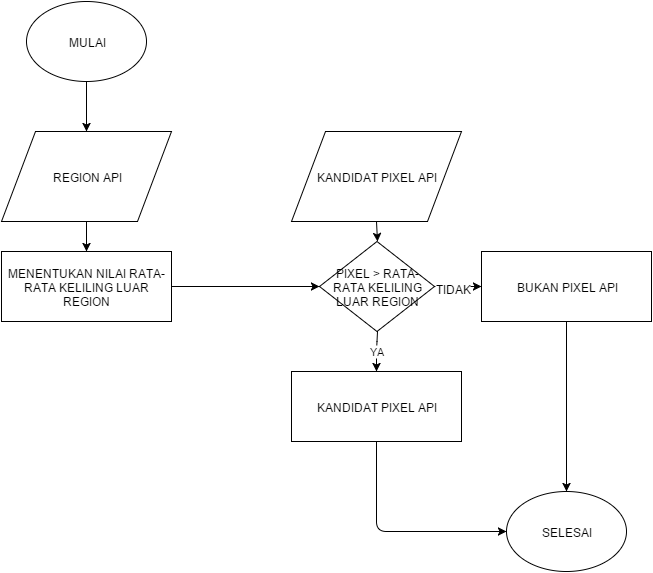
Above: source/tingkat keabuan pixel.png in hamdimuzakkiy/bukuTA (draw.io), before the change. Source tidied: cells renumbered, new cells last; positions are measured from the earlier drawing's top-left corner, leaving out a move shared by most shapes. The source it was exported from:
```xml
<mxGraphModel background="#ffffff">
  <root>
    <mxCell id="0" />
    <mxCell id="1" parent="0" />
    <mxCell id="2" value="KANDIDAT PIXEL API" style="shape=parallelogram;whiteSpace=wrap;html=1;" parent="1" vertex="1">
      <mxGeometry x="290" y="130" width="170" height="90" as="geometry" />
    </mxCell>
    <mxCell id="3" value="MENENTUKAN NILAI RATA-RATA KELILING LUAR REGION" style="whiteSpace=wrap;html=1;" parent="1" vertex="1">
      <mxGeometry y="250" width="170" height="70" as="geometry" />
    </mxCell>
    <mxCell id="4" value="REGION API" style="shape=parallelogram;whiteSpace=wrap;html=1;" parent="1" vertex="1">
      <mxGeometry y="130" width="170" height="90" as="geometry" />
    </mxCell>
    <mxCell id="5" style="endArrow=classic;html=1;exitX=0.5;exitY=1;entryX=0.5;entryY=0;" parent="1" edge="1" source="4" target="3">
      <mxGeometry relative="1" as="geometry" />
    </mxCell>
    <mxCell id="6" style="endArrow=classic;html=1;exitX=0.5;exitY=1;entryX=0.5;entryY=0;" parent="1" edge="1" source="2" target="7">
      <mxGeometry relative="1" as="geometry" />
    </mxCell>
    <mxCell id="7" value="PIXEL &amp;gt; RATA-RATA KELILING LUAR REGION" style="rhombus;whiteSpace=wrap;html=1;" parent="1" vertex="1">
      <mxGeometry x="318" y="240" width="115" height="90" as="geometry" />
    </mxCell>
    <mxCell id="8" style="endArrow=classic;html=1;exitX=1;exitY=0.5;entryX=0;entryY=0.5;" parent="1" edge="1" source="3" target="7">
      <mxGeometry relative="1" as="geometry" />
    </mxCell>
    <mxCell id="9" value="KANDIDAT PIXEL API" style="whiteSpace=wrap;html=1;" parent="1" vertex="1">
      <mxGeometry x="290" y="370" width="170" height="70" as="geometry" />
    </mxCell>
    <mxCell id="10" value="YA" style="endArrow=classic;html=1;exitX=0.5;exitY=1;" parent="1" edge="1" source="7" target="9">
      <mxGeometry relative="1" as="geometry">
        <Array as="points">
          <mxPoint x="375" y="350" />
        </Array>
      </mxGeometry>
    </mxCell>
    <mxCell id="11" value="BUKAN PIXEL API" style="whiteSpace=wrap;html=1;" parent="1" vertex="1">
      <mxGeometry x="480" y="250" width="170" height="70" as="geometry" />
    </mxCell>
    <mxCell id="12" style="endArrow=classic;html=1;exitX=1;exitY=0.5;entryX=0;entryY=0.5;" parent="1" edge="1" source="7" target="11">
      <mxGeometry relative="1" as="geometry" />
    </mxCell>
    <mxCell id="13" value="TI&lt;span style=&quot;line-height: 1.2&quot;&gt;DAK&lt;/span&gt;" style="text;html=1;align=center;verticalAlign=middle;labelBackgroundColor=#ffffff;" parent="12" vertex="1">
      <mxGeometry x="-0.23" y="-1" relative="1" as="geometry" />
    </mxCell>
    <mxCell id="14" value="MULAI" style="ellipse;whiteSpace=wrap;html=1;" parent="1" vertex="1">
      <mxGeometry x="25" width="120" height="80" as="geometry" />
    </mxCell>
    <mxCell id="15" style="endArrow=classic;html=1;exitX=0.5;exitY=1;entryX=0.5;entryY=0;" parent="1" edge="1" source="14" target="4">
      <mxGeometry relative="1" as="geometry" />
    </mxCell>
    <mxCell id="16" value="SELESAI" style="ellipse;whiteSpace=wrap;html=1;" parent="1" vertex="1">
      <mxGeometry x="505" y="490" width="120" height="80" as="geometry" />
    </mxCell>
    <mxCell id="17" style="endArrow=classic;html=1;exitX=0.5;exitY=1;entryX=0;entryY=0.5;" parent="1" edge="1" source="9" target="16">
      <mxGeometry relative="1" as="geometry">
        <Array as="points">
          <mxPoint x="375" y="530" />
        </Array>
      </mxGeometry>
    </mxCell>
    <mxCell id="18" style="endArrow=classic;html=1;exitX=0.5;exitY=1;entryX=0.5;entryY=0;" parent="1" edge="1" source="11" target="16">
      <mxGeometry relative="1" as="geometry" />
    </mxCell>
  </root>
</mxGraphModel>
```
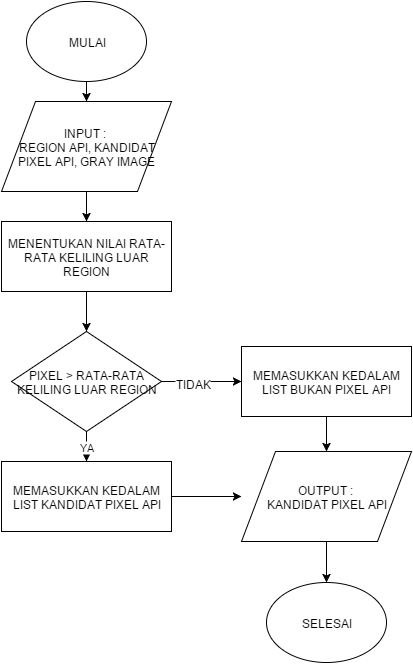
Later version of the same file.

The edit, as a diff of the source:
```diff
@@ -2,39 +2,30 @@
   <root>
     <mxCell id="0" />
     <mxCell id="1" parent="0" />
-    <mxCell id="2" value="KANDIDAT PIXEL API" style="shape=parallelogram;whiteSpace=wrap;html=1;" parent="1" vertex="1">
-      <mxGeometry x="290" y="130" width="170" height="90" as="geometry" />
-    </mxCell>
     <mxCell id="3" value="MENENTUKAN NILAI RATA-RATA KELILING LUAR REGION" style="whiteSpace=wrap;html=1;" parent="1" vertex="1">
       <mxGeometry y="250" width="170" height="70" as="geometry" />
     </mxCell>
-    <mxCell id="4" value="REGION API" style="shape=parallelogram;whiteSpace=wrap;html=1;" parent="1" vertex="1">
+    <mxCell id="4" value="INPUT :&amp;nbsp;&lt;div&gt;REGION API,&amp;nbsp;&lt;span style=&quot;line-height: 1.2&quot;&gt;KANDIDAT PIXEL API, GRAY IMAGE&lt;/span&gt;&lt;/div&gt;" style="shape=parallelogram;whiteSpace=wrap;html=1;" parent="1" vertex="1">
       <mxGeometry y="130" width="170" height="90" as="geometry" />
     </mxCell>
     <mxCell id="5" style="endArrow=classic;html=1;exitX=0.5;exitY=1;entryX=0.5;entryY=0;" parent="1" edge="1" source="4" target="3">
       <mxGeometry relative="1" as="geometry" />
     </mxCell>
-    <mxCell id="6" style="endArrow=classic;html=1;exitX=0.5;exitY=1;entryX=0.5;entryY=0;" parent="1" edge="1" source="2" target="7">
-      <mxGeometry relative="1" as="geometry" />
-    </mxCell>
     <mxCell id="7" value="PIXEL &amp;gt; RATA-RATA KELILING LUAR REGION" style="rhombus;whiteSpace=wrap;html=1;" parent="1" vertex="1">
-      <mxGeometry x="318" y="240" width="115" height="90" as="geometry" />
+      <mxGeometry x="10" y="360" width="150" height="100" as="geometry" />
     </mxCell>
-    <mxCell id="8" style="endArrow=classic;html=1;exitX=1;exitY=0.5;entryX=0;entryY=0.5;" parent="1" edge="1" source="3" target="7">
-      <mxGeometry relative="1" as="geometry" />
-    </mxCell>
-    <mxCell id="9" value="KANDIDAT PIXEL API" style="whiteSpace=wrap;html=1;" parent="1" vertex="1">
-      <mxGeometry x="290" y="370" width="170" height="70" as="geometry" />
+    <mxCell id="9" value="MEMASUKKAN KEDALAM LIST KANDIDAT PIXEL API" style="whiteSpace=wrap;html=1;" parent="1" vertex="1">
+      <mxGeometry y="490" width="170" height="70" as="geometry" />
     </mxCell>
     <mxCell id="10" value="YA" style="endArrow=classic;html=1;exitX=0.5;exitY=1;" parent="1" edge="1" source="7" target="9">
       <mxGeometry relative="1" as="geometry">
         <Array as="points">
-          <mxPoint x="375" y="350" />
+          <mxPoint x="85" y="470" />
         </Array>
       </mxGeometry>
     </mxCell>
-    <mxCell id="11" value="BUKAN PIXEL API" style="whiteSpace=wrap;html=1;" parent="1" vertex="1">
-      <mxGeometry x="480" y="250" width="170" height="70" as="geometry" />
+    <mxCell id="11" value="MEMASUKKAN KEDALAM LIST BUKAN PIXEL API" style="whiteSpace=wrap;html=1;" parent="1" vertex="1">
+      <mxGeometry x="240" y="375" width="170" height="70" as="geometry" />
     </mxCell>
     <mxCell id="12" style="endArrow=classic;html=1;exitX=1;exitY=0.5;entryX=0;entryY=0.5;" parent="1" edge="1" source="7" target="11">
       <mxGeometry relative="1" as="geometry" />
@@ -43,23 +34,30 @@
       <mxGeometry x="-0.23" y="-1" relative="1" as="geometry" />
     </mxCell>
     <mxCell id="14" value="MULAI" style="ellipse;whiteSpace=wrap;html=1;" parent="1" vertex="1">
-      <mxGeometry x="25" width="120" height="80" as="geometry" />
+      <mxGeometry x="25" y="30" width="120" height="80" as="geometry" />
     </mxCell>
     <mxCell id="15" style="endArrow=classic;html=1;exitX=0.5;exitY=1;entryX=0.5;entryY=0;" parent="1" edge="1" source="14" target="4">
       <mxGeometry relative="1" as="geometry" />
     </mxCell>
     <mxCell id="16" value="SELESAI" style="ellipse;whiteSpace=wrap;html=1;" parent="1" vertex="1">
-      <mxGeometry x="505" y="490" width="120" height="80" as="geometry" />
+      <mxGeometry x="265" y="611" width="120" height="80" as="geometry" />
     </mxCell>
-    <mxCell id="17" style="endArrow=classic;html=1;exitX=0.5;exitY=1;entryX=0;entryY=0.5;" parent="1" edge="1" source="9" target="16">
-      <mxGeometry relative="1" as="geometry">
-        <Array as="points">
-          <mxPoint x="375" y="530" />
-        </Array>
-      </mxGeometry>
-    </mxCell>
-    <mxCell id="18" style="endArrow=classic;html=1;exitX=0.5;exitY=1;entryX=0.5;entryY=0;" parent="1" edge="1" source="11" target="16">
-      <mxGeometry relative="1" as="geometry" />
-    </mxCell>
+    <mxCell id="8" style="endArrow=classic;html=1;exitX=0.5;exitY=1;entryX=0.5;entryY=0;" parent="1" edge="1" source="3" target="7">
+      <mxGeometry relative="1" as="geometry" />
+    </mxCell>
+    <mxCell id="19" value="OUTPUT :&amp;nbsp;&lt;div&gt;KANDIDAT PIXEL API&lt;/div&gt;" style="shape=parallelogram;whiteSpace=wrap;html=1;" parent="1" vertex="1">
+      <mxGeometry x="240" y="480" width="170" height="90" as="geometry" />
+    </mxCell>
+    <mxCell id="20" style="endArrow=classic;html=1;exitX=1;exitY=0.5;" parent="1" edge="1" source="9">
+      <mxGeometry relative="1" as="geometry">
+        <mxPoint x="240" y="525" as="targetPoint" />
+      </mxGeometry>
+    </mxCell>
+    <mxCell id="21" style="endArrow=classic;html=1;entryX=0.5;entryY=0;exitX=0.5;exitY=1;" parent="1" edge="1" source="11" target="19">
+      <mxGeometry relative="1" as="geometry" />
+    </mxCell>
+    <mxCell id="22" style="endArrow=classic;html=1;exitX=0.5;exitY=1;entryX=0.5;entryY=0;" parent="1" edge="1" source="19" target="16">
+      <mxGeometry relative="1" as="geometry" />
+    </mxCell>
   </root>
 </mxGraphModel>
```
